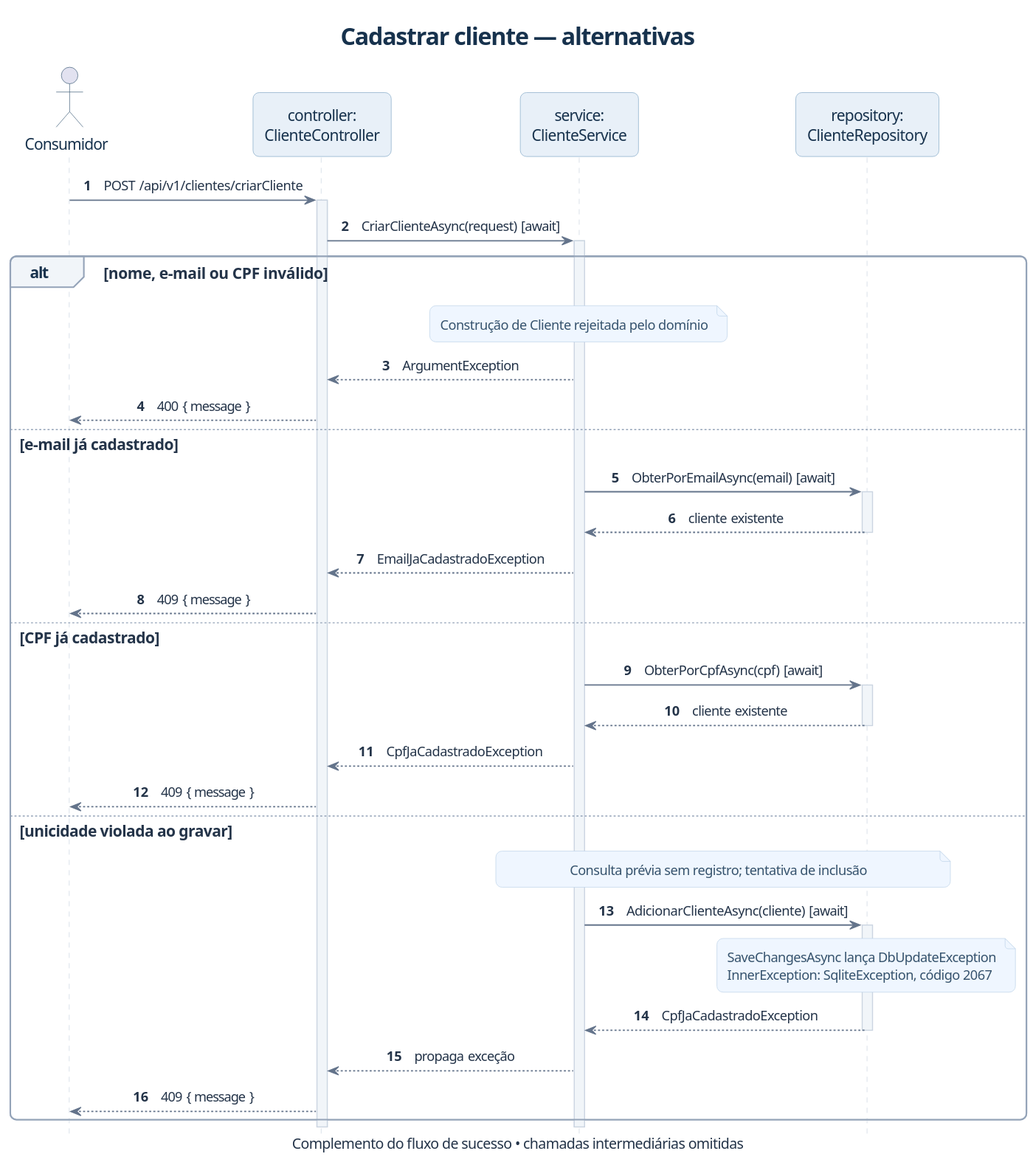
Earlier version of the PlantUML export docs/uml/imagens/12-sequencia-erros-cadastro.svg (MurilloKelvin/API-Locacao-de-imoveis).
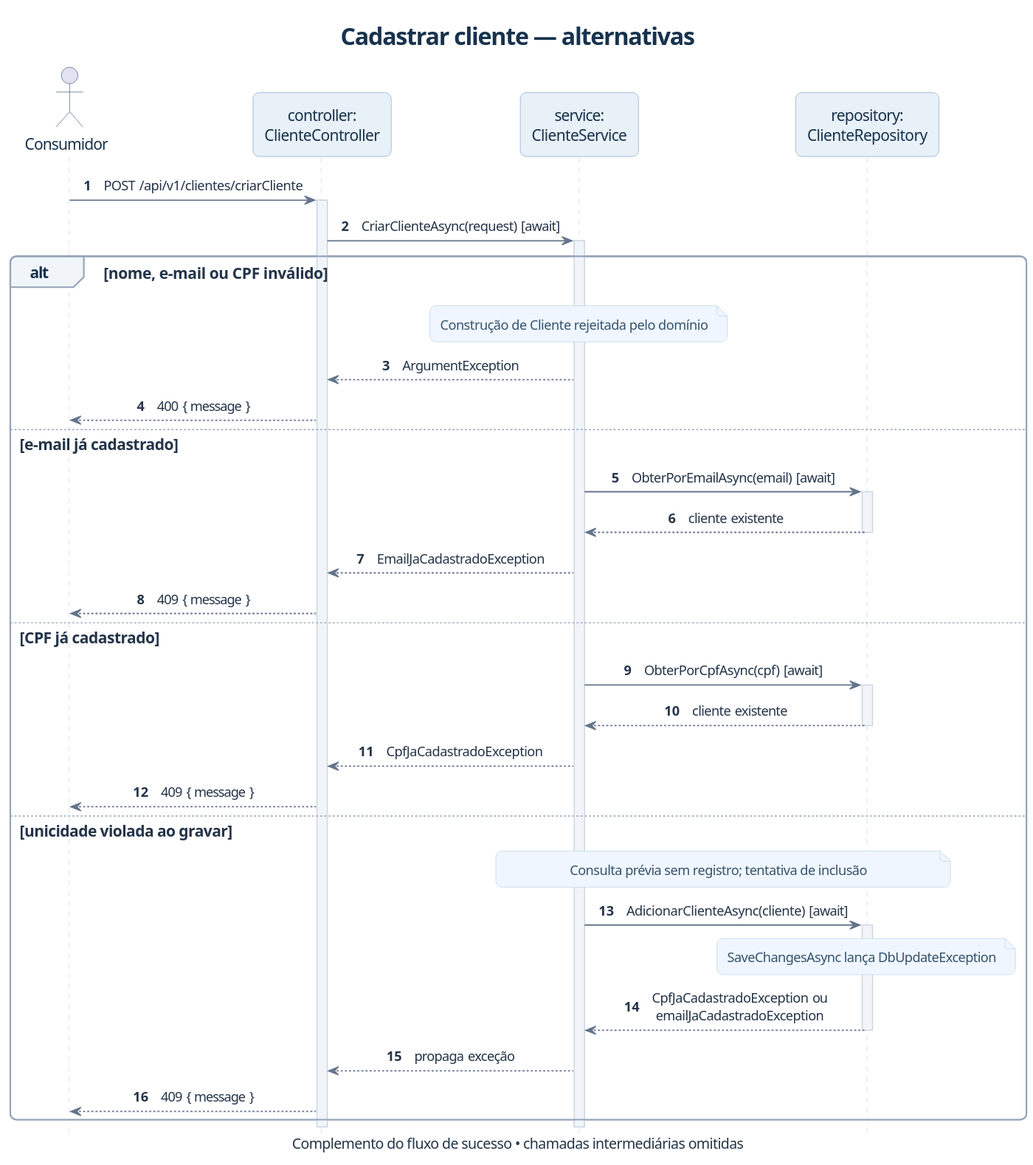
After the commit.

Change to the diagram source:
```diff
@@ -34,8 +34,8 @@
  note over S, R : Consulta prévia sem registro; tentativa de inclusão
  S -> R : AdicionarClienteAsync(cliente) [await]
  activate R
- note over R : SaveChangesAsync lança DbUpdateException\nInnerException: SqliteException, código 2067
- R --> S : CpfJaCadastradoException
+ note over R : SaveChangesAsync lança DbUpdateException
+ R --> S : CpfJaCadastradoException ou emailJaCadastradoException
  deactivate R
  S --> C : propaga exceção
  C --> A : 409 { message }
```
